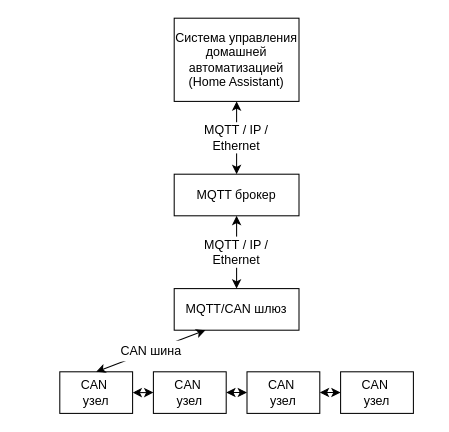
This is page "Рис. 5. Схема сети с шлюзом и CAN шиной" (4 of 12) of pic.drawio from mmm-da/vkr-report, a draw.io file, before an edit. Source tidied: cells renumbered, new cells numbered last; positions are measured from the earlier drawing's top-left corner, leaving out a move shared by most shapes. Both pictures are drawn from the tidied source at 104%, with x=0, y=0 at pixel (59, 18).
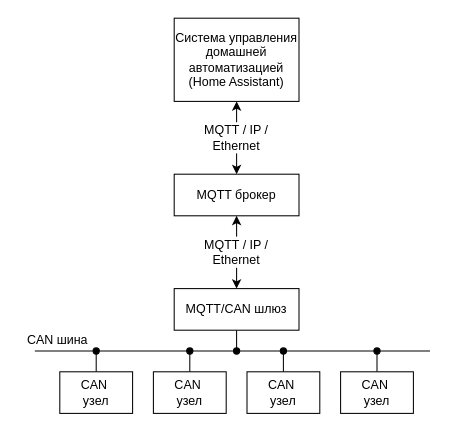
The same page after the edit.

Unchanged cells that the change refers to:
```xml
<mxCell id="2" value="&lt;font style=&quot;font-size: 12px&quot;&gt;MQTT/CAN шлюз&lt;/font&gt;" style="rounded=0;whiteSpace=wrap;html=1;fontSize=9;" parent="1" vertex="1">
  <mxGeometry x="110" y="260" width="120" height="40" as="geometry" />
</mxCell>
<mxCell id="3" value="&lt;font style=&quot;font-size: 12px&quot;&gt;CAN&amp;nbsp;&lt;br&gt;узел&lt;/font&gt;" style="rounded=0;whiteSpace=wrap;html=1;fontSize=9;align=center;" parent="1" vertex="1">
  <mxGeometry y="340" width="70" height="40" as="geometry" />
</mxCell>
<mxCell id="4" value="&lt;font style=&quot;font-size: 12px&quot;&gt;CAN&amp;nbsp;&lt;br&gt;узел&lt;/font&gt;" style="rounded=0;whiteSpace=wrap;html=1;fontSize=9;align=center;" parent="1" vertex="1">
  <mxGeometry x="90" y="340" width="70" height="40" as="geometry" />
</mxCell>
<mxCell id="5" value="&lt;font style=&quot;font-size: 12px&quot;&gt;CAN&amp;nbsp;&lt;br&gt;узел&lt;/font&gt;" style="rounded=0;whiteSpace=wrap;html=1;fontSize=9;align=center;" parent="1" vertex="1">
  <mxGeometry x="180" y="340" width="70" height="40" as="geometry" />
</mxCell>
<mxCell id="6" value="&lt;font style=&quot;font-size: 12px&quot;&gt;CAN&amp;nbsp;&lt;br&gt;узел&lt;/font&gt;" style="rounded=0;whiteSpace=wrap;html=1;fontSize=9;align=center;" parent="1" vertex="1">
  <mxGeometry x="270" y="340" width="70" height="40" as="geometry" />
</mxCell>
```

What changed in the source:
```diff
@@
+    <mxCell id="18" style="edgeStyle=orthogonalEdgeStyle;rounded=0;jettySize=auto;html=1;endArrow=oval;endFill=1;" parent="1" edge="1" source="2">
+      <mxGeometry relative="1" as="geometry">
+        <mxPoint x="170" y="320" as="targetPoint" />
+      </mxGeometry>
+    </mxCell>
@@
+    <mxCell id="19" style="edgeStyle=orthogonalEdgeStyle;rounded=0;jettySize=auto;html=1;exitX=0.5;exitY=0;exitDx=0;exitDy=0;endArrow=oval;endFill=1;" parent="1" edge="1" source="3">
+      <mxGeometry relative="1" as="geometry">
+        <mxPoint x="35" y="320" as="targetPoint" />
+      </mxGeometry>
+    </mxCell>
@@
+    <mxCell id="20" style="edgeStyle=orthogonalEdgeStyle;rounded=0;jettySize=auto;html=1;endArrow=oval;endFill=1;" parent="1" edge="1" source="4">
+      <mxGeometry relative="1" as="geometry">
+        <mxPoint x="125" y="320" as="targetPoint" />
+      </mxGeometry>
+    </mxCell>
@@
+    <mxCell id="21" style="edgeStyle=orthogonalEdgeStyle;rounded=0;jettySize=auto;html=1;endArrow=oval;endFill=1;" parent="1" edge="1" source="5">
+      <mxGeometry relative="1" as="geometry">
+        <mxPoint x="215" y="320" as="targetPoint" />
+      </mxGeometry>
+    </mxCell>
@@
+    <mxCell id="22" style="edgeStyle=orthogonalEdgeStyle;rounded=0;jettySize=auto;html=1;endArrow=oval;endFill=1;" parent="1" edge="1" source="6">
+      <mxGeometry relative="1" as="geometry">
+        <mxPoint x="305" y="320" as="targetPoint" />
+      </mxGeometry>
+    </mxCell>
@@
-    <mxCell id="7" style="endArrow=classic;startArrow=classic;html=1;fontSize=9;exitX=0.5;exitY=0;exitDx=0;exitDy=0;entryX=0.25;entryY=1;entryDx=0;entryDy=0;" parent="1" edge="1" source="3" target="2">
-      <mxGeometry relative="1" as="geometry" />
-    </mxCell>
-    <mxCell id="8" value="CAN шина" style="text;html=1;align=center;verticalAlign=middle;whiteSpace=wrap;rounded=0;fontSize=12;fillColor=#ffffff;" parent="1" vertex="1">
-      <mxGeometry x="36" y="310" width="104" height="20" as="geometry" />
-    </mxCell>
@@
-    <mxCell id="12" style="endArrow=classic;startArrow=classic;html=1;fontSize=12;exitX=1;exitY=0.5;exitDx=0;exitDy=0;entryX=0;entryY=0.5;entryDx=0;entryDy=0;" parent="1" edge="1" source="3" target="4">
-      <mxGeometry relative="1" as="geometry" />
-    </mxCell>
-    <mxCell id="13" style="endArrow=classic;startArrow=classic;html=1;fontSize=12;exitX=1;exitY=0.5;exitDx=0;exitDy=0;entryX=0;entryY=0.5;entryDx=0;entryDy=0;" parent="1" edge="1">
-      <mxGeometry relative="1" as="geometry">
-        <mxPoint x="160" y="359.9" as="sourcePoint" />
-        <mxPoint x="180" y="359.9" as="targetPoint" />
-      </mxGeometry>
-    </mxCell>
-    <mxCell id="14" style="endArrow=classic;startArrow=classic;html=1;fontSize=12;exitX=1;exitY=0.5;exitDx=0;exitDy=0;entryX=0;entryY=0.5;entryDx=0;entryDy=0;" parent="1" edge="1">
-      <mxGeometry relative="1" as="geometry">
-        <mxPoint x="250" y="359.9" as="sourcePoint" />
-        <mxPoint x="270" y="359.9" as="targetPoint" />
-      </mxGeometry>
-    </mxCell>
@@
+    <mxCell id="23" style="endArrow=none;html=1;" parent="1" edge="1">
+      <mxGeometry relative="1" as="geometry">
+        <mxPoint x="-24" y="320" as="sourcePoint" />
+        <mxPoint x="356" y="320" as="targetPoint" />
+      </mxGeometry>
+    </mxCell>
+    <mxCell id="8" value="CAN шина" style="text;html=1;strokeColor=none;fillColor=none;align=center;verticalAlign=middle;whiteSpace=wrap;rounded=0;" parent="1" vertex="1">
+      <mxGeometry x="-40" y="300" width="76" height="20" as="geometry" />
+    </mxCell>
```
